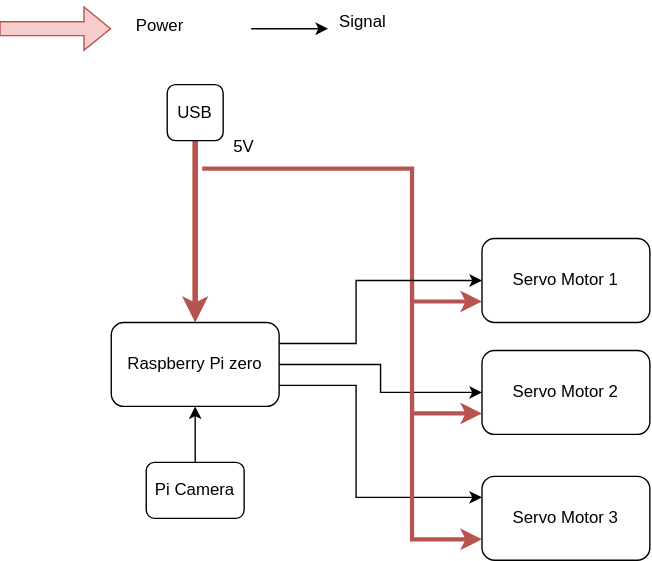
The draw.io diagram power_and_functional_block_dig.svg in Kjshinde/Dynamic-Cam-Align, before a commit. Source tidied: cells renumbered, new cells last; positions are measured from the earlier drawing's top-left corner, leaving out a move shared by most shapes.
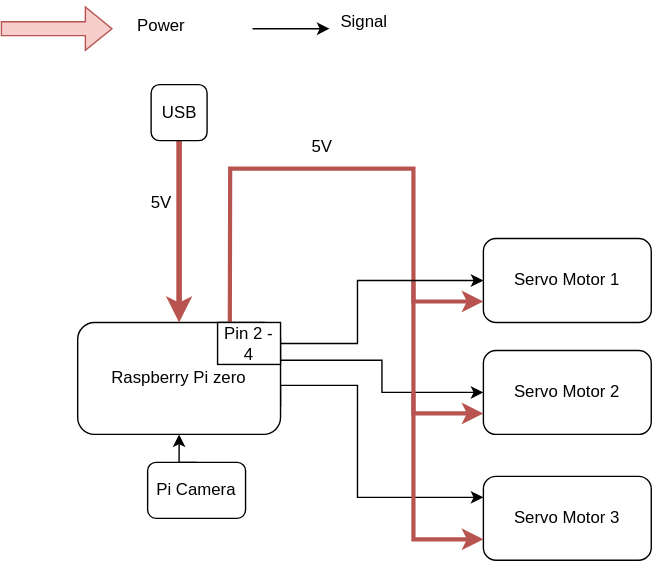
The same file after the commit.

Change to the diagram source:
```diff
@@ -2,7 +2,7 @@
   <root>
     <mxCell id="0" />
     <mxCell id="1" parent="0" />
-    <mxCell id="2" style="edgeStyle=orthogonalEdgeStyle;rounded=0;jettySize=auto;html=1;exitX=1;exitY=0.5;exitDx=0;exitDy=0;entryX=0;entryY=0.5;entryDx=0;entryDy=0;" parent="1" edge="1" source="4" target="9">
+    <mxCell id="2" style="edgeStyle=orthogonalEdgeStyle;rounded=0;jettySize=auto;html=1;exitX=0.997;exitY=0.337;exitDx=0;exitDy=0;entryX=0;entryY=0.5;entryDx=0;entryDy=0;exitPerimeter=0;" parent="1" edge="1" source="4" target="9">
       <mxGeometry relative="1" as="geometry" />
     </mxCell>
     <mxCell id="3" style="edgeStyle=orthogonalEdgeStyle;rounded=0;jettySize=auto;html=1;exitX=1;exitY=0.75;exitDx=0;exitDy=0;entryX=0;entryY=0.25;entryDx=0;entryDy=0;" parent="1" edge="1" source="4" target="11">
@@ -14,13 +14,13 @@
       </mxGeometry>
     </mxCell>
     <mxCell id="4" value="Raspberry Pi zero" style="rounded=1;whiteSpace=wrap;html=1;" parent="1" vertex="1">
-      <mxGeometry x="80" y="230" width="120" height="60" as="geometry" />
+      <mxGeometry x="55" y="230" width="145" height="80" as="geometry" />
     </mxCell>
     <mxCell id="5" style="endArrow=classic;html=1;rounded=0;entryX=0.5;entryY=0;entryDx=0;entryDy=0;fillColor=#f8cecc;strokeColor=#b85450;strokeWidth=4;exitX=0.5;exitY=1;exitDx=0;exitDy=0;" parent="1" edge="1" source="16" target="4">
       <mxGeometry relative="1" as="geometry" />
     </mxCell>
     <mxCell id="6" value="5V" style="text;html=1;align=center;verticalAlign=middle;whiteSpace=wrap;rounded=0;" parent="1" vertex="1">
-      <mxGeometry x="145" y="90" width="60" height="30" as="geometry" />
+      <mxGeometry x="85" y="130" width="60" height="30" as="geometry" />
     </mxCell>
     <mxCell id="7" style="edgeStyle=orthogonalEdgeStyle;rounded=0;jettySize=auto;html=1;exitX=0.5;exitY=0;exitDx=0;exitDy=0;entryX=0.5;entryY=1;entryDx=0;entryDy=0;" parent="1" edge="1" source="8" target="4">
       <mxGeometry relative="1" as="geometry" />
@@ -37,10 +37,10 @@
     <mxCell id="11" value="Servo Motor 3" style="rounded=1;whiteSpace=wrap;html=1;" parent="1" vertex="1">
       <mxGeometry x="345" y="340" width="120" height="60" as="geometry" />
     </mxCell>
-    <mxCell id="12" style="endArrow=classic;html=1;rounded=0;entryX=0;entryY=0.75;entryDx=0;entryDy=0;fillColor=#f8cecc;strokeColor=#b85450;strokeWidth=3;" parent="1" edge="1" target="10">
+    <mxCell id="12" style="endArrow=classic;html=1;rounded=0;entryX=0;entryY=0.75;entryDx=0;entryDy=0;fillColor=#f8cecc;strokeColor=#b85450;strokeWidth=3;exitX=0.75;exitY=0;exitDx=0;exitDy=0;" parent="1" edge="1" source="4" target="10">
       <mxGeometry relative="1" as="geometry">
-        <mxPoint x="145" y="120" as="sourcePoint" />
         <Array as="points">
+          <mxPoint x="164" y="120" />
           <mxPoint x="295" y="120" />
           <mxPoint x="295" y="215" />
         </Array>
@@ -62,7 +62,7 @@
         </Array>
       </mxGeometry>
     </mxCell>
-    <mxCell id="15" style="endArrow=classic;html=1;rounded=0;exitX=1;exitY=0.25;exitDx=0;exitDy=0;entryX=0;entryY=0.5;entryDx=0;entryDy=0;" parent="1" edge="1" source="4" target="10">
+    <mxCell id="15" style="endArrow=classic;html=1;rounded=0;exitX=1;exitY=0.5;exitDx=0;exitDy=0;entryX=0;entryY=0.5;entryDx=0;entryDy=0;" parent="1" edge="1" source="22" target="10">
       <mxGeometry relative="1" as="geometry">
         <Array as="points">
           <mxPoint x="255" y="245" />
@@ -71,7 +71,7 @@
       </mxGeometry>
     </mxCell>
     <mxCell id="16" value="USB" style="rounded=1;whiteSpace=wrap;html=1;" parent="1" vertex="1">
-      <mxGeometry x="120" y="60" width="40" height="40" as="geometry" />
+      <mxGeometry x="107.5" y="60" width="40" height="40" as="geometry" />
     </mxCell>
     <mxCell id="17" style="shape=flexArrow;endArrow=classic;html=1;rounded=0;fillColor=#f8cecc;strokeColor=#b85450;" parent="1" edge="1">
       <mxGeometry relative="1" as="geometry">
@@ -91,5 +91,11 @@
     <mxCell id="20" value="Signal" style="text;html=1;align=center;verticalAlign=middle;whiteSpace=wrap;rounded=0;" parent="1" vertex="1">
       <mxGeometry x="230" width="60" height="30" as="geometry" />
     </mxCell>
+    <mxCell id="21" value="5V" style="text;html=1;align=center;verticalAlign=middle;whiteSpace=wrap;rounded=0;" parent="1" vertex="1">
+      <mxGeometry x="200" y="90" width="60" height="30" as="geometry" />
+    </mxCell>
+    <mxCell id="22" value="Pin 2 - 4" style="rounded=0;whiteSpace=wrap;html=1;" parent="1" vertex="1">
+      <mxGeometry x="155" y="230" width="45" height="30" as="geometry" />
+    </mxCell>
   </root>
 </mxGraphModel>
```
